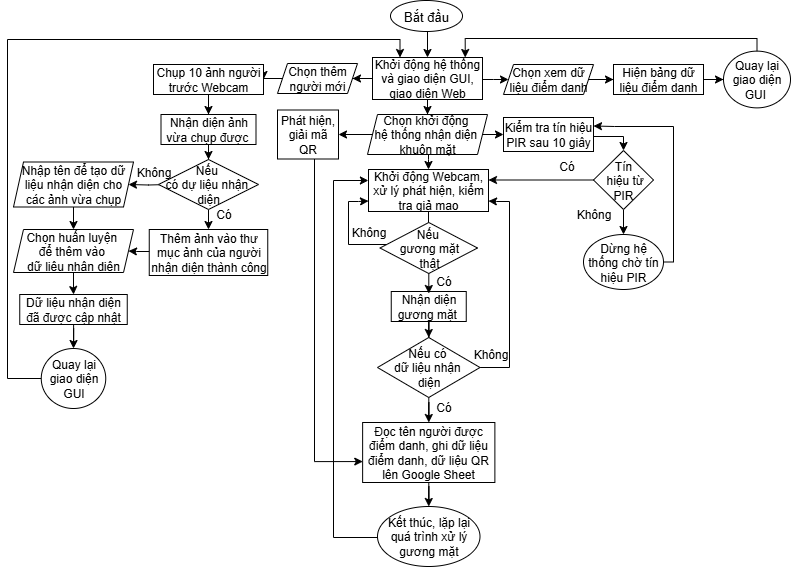
Before: Luudothuattoan.png, a diagram exported from draw.io (linh0802/fas). Source tidied: cells renumbered, new cells last; positions are measured from the earlier drawing's top-left corner, leaving out a move shared by most shapes.
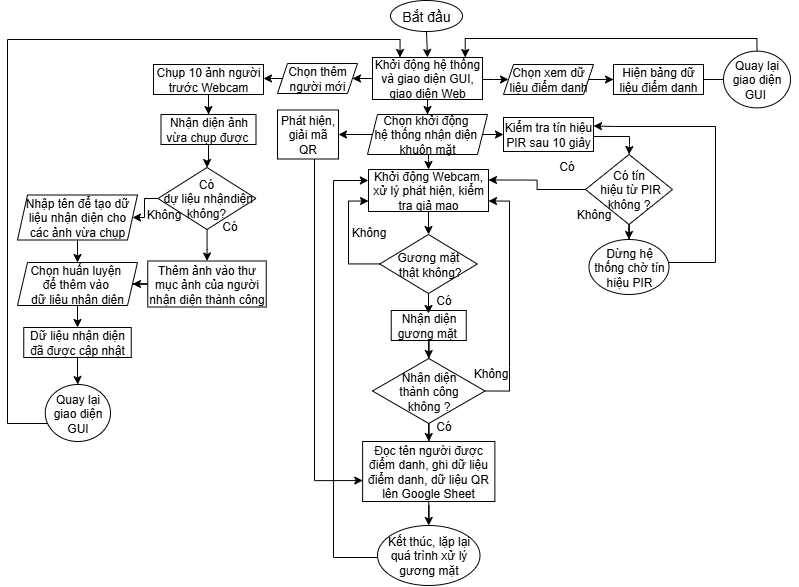
Above is the later version.

Commit message:
Cập nhật Luudothuattoan.png

Change to the diagram source:
```diff
@@ -22,7 +22,7 @@
     <mxCell id="6" style="edgeStyle=orthogonalEdgeStyle;rounded=0;jettySize=auto;html=1;exitX=0.5;exitY=1;exitDx=0;exitDy=0;entryX=0.5;entryY=0;entryDx=0;entryDy=0;labelBackgroundColor=none;fontColor=default;" parent="1" edge="1" source="7" target="5">
       <mxGeometry relative="1" as="geometry" />
     </mxCell>
-    <mxCell id="7" value="Bắt đầu" style="ellipse;whiteSpace=wrap;html=1;fontSize=13;labelBackgroundColor=none;" parent="1" vertex="1">
+    <mxCell id="7" value="&lt;font style=&quot;font-size: 14px;&quot;&gt;Bắt đầu&lt;/font&gt;" style="ellipse;whiteSpace=wrap;html=1;fontSize=13;labelBackgroundColor=none;" parent="1" vertex="1">
       <mxGeometry x="383" width="72" height="31" as="geometry" />
     </mxCell>
     <mxCell id="8" style="edgeStyle=orthogonalEdgeStyle;rounded=0;jettySize=auto;html=1;labelBackgroundColor=none;fontColor=default;" parent="1" edge="1" source="11" target="15">
@@ -56,7 +56,8 @@
     <mxCell id="14" style="edgeStyle=orthogonalEdgeStyle;rounded=0;jettySize=auto;html=1;entryX=0.5;entryY=0;entryDx=0;entryDy=0;labelBackgroundColor=none;fontColor=default;" parent="1" edge="1" source="15" target="18">
       <mxGeometry relative="1" as="geometry">
         <Array as="points">
-          <mxPoint x="616" y="136" />
+          <mxPoint x="622" y="136" />
+          <mxPoint x="622" y="144" />
         </Array>
       </mxGeometry>
     </mxCell>
@@ -69,8 +70,8 @@
     <mxCell id="17" style="edgeStyle=orthogonalEdgeStyle;rounded=0;jettySize=auto;html=1;entryX=1;entryY=0.25;entryDx=0;entryDy=0;labelBackgroundColor=none;fontColor=default;" parent="1" edge="1" source="18" target="13">
       <mxGeometry relative="1" as="geometry" />
     </mxCell>
-    <mxCell id="18" value="Tín&lt;div&gt;&amp;nbsp;hiệu từ PIR&lt;/div&gt;" style="rhombus;whiteSpace=wrap;html=1;labelBackgroundColor=none;" parent="1" vertex="1">
-      <mxGeometry x="586" y="150" width="60" height="59" as="geometry" />
+    <mxCell id="18" value="Có tín&lt;div&gt;&amp;nbsp;hiệu từ PIR không ?&lt;/div&gt;" style="rhombus;whiteSpace=wrap;html=1;labelBackgroundColor=none;" parent="1" vertex="1">
+      <mxGeometry x="578" y="154" width="87" height="70" as="geometry" />
     </mxCell>
     <mxCell id="19" value="Có" style="text;html=1;align=center;verticalAlign=middle;strokeColor=none;fillColor=none;labelBackgroundColor=none;" parent="1" vertex="1">
       <mxGeometry x="539" y="151" width="40" height="30" as="geometry" />
@@ -79,19 +80,18 @@
       <mxGeometry relative="1" as="geometry" />
     </mxCell>
     <mxCell id="21" value="Nhận diện gương mặt&amp;nbsp;" style="whiteSpace=wrap;html=1;labelBackgroundColor=none;" parent="1" vertex="1">
-      <mxGeometry x="383.8" y="291" width="75" height="30" as="geometry" />
+      <mxGeometry x="383.8" y="310" width="75" height="30" as="geometry" />
     </mxCell>
     <mxCell id="22" style="edgeStyle=orthogonalEdgeStyle;rounded=0;jettySize=auto;html=1;entryX=0;entryY=0.75;entryDx=0;entryDy=0;labelBackgroundColor=none;fontColor=default;" parent="1" edge="1" source="23" target="13">
       <mxGeometry relative="1" as="geometry">
         <Array as="points">
-          <mxPoint x="341" y="244" />
+          <mxPoint x="341" y="263" />
           <mxPoint x="341" y="201" />
-          <mxPoint x="351" y="201" />
         </Array>
       </mxGeometry>
     </mxCell>
-    <mxCell id="23" value="Nếu&amp;nbsp;&lt;div&gt;gương mặt&lt;/div&gt;&lt;div&gt;&amp;nbsp;thật&amp;nbsp;&lt;/div&gt;" style="rhombus;whiteSpace=wrap;html=1;labelBackgroundColor=none;" parent="1" vertex="1">
-      <mxGeometry x="372.5" y="222" width="97.5" height="51" as="geometry" />
+    <mxCell id="23" value="Gương mặt&lt;div&gt;&amp;nbsp;thật không?&lt;/div&gt;" style="rhombus;whiteSpace=wrap;html=1;labelBackgroundColor=none;" parent="1" vertex="1">
+      <mxGeometry x="372.2" y="234" width="97.5" height="59" as="geometry" />
     </mxCell>
     <mxCell id="24" style="edgeStyle=orthogonalEdgeStyle;rounded=0;jettySize=auto;html=1;labelBackgroundColor=none;fontColor=default;" parent="1" edge="1" source="26" target="30">
       <mxGeometry relative="1" as="geometry" />
@@ -105,11 +105,11 @@
         </Array>
       </mxGeometry>
     </mxCell>
-    <mxCell id="26" value="Nếu&amp;nbsp;&lt;span style=&quot;background-color: transparent; color: light-dark(rgb(0, 0, 0), rgb(255, 255, 255));&quot;&gt;có&amp;nbsp;&lt;/span&gt;&lt;div&gt;&lt;span style=&quot;background-color: transparent; color: light-dark(rgb(0, 0, 0), rgb(255, 255, 255));&quot;&gt;dữ liệu nhận&amp;nbsp;&lt;/span&gt;&lt;/div&gt;&lt;div&gt;&lt;span style=&quot;background-color: transparent; color: light-dark(rgb(0, 0, 0), rgb(255, 255, 255));&quot;&gt;diện&lt;/span&gt;&lt;/div&gt;" style="rhombus;whiteSpace=wrap;html=1;labelBackgroundColor=none;" parent="1" vertex="1">
-      <mxGeometry x="370" y="337" width="102.5" height="60" as="geometry" />
+    <mxCell id="26" value="Nhận diện&lt;div&gt;&amp;nbsp;thành công&amp;nbsp;&lt;/div&gt;&lt;div&gt;không ?&lt;/div&gt;" style="rhombus;whiteSpace=wrap;html=1;labelBackgroundColor=none;" parent="1" vertex="1">
+      <mxGeometry x="365" y="358" width="112.5" height="65" as="geometry" />
     </mxCell>
     <mxCell id="27" value="Không" style="text;html=1;align=center;verticalAlign=middle;strokeColor=none;fillColor=none;labelBackgroundColor=none;" parent="1" vertex="1">
-      <mxGeometry x="453" y="339" width="60" height="30" as="geometry" />
+      <mxGeometry x="453" y="358" width="60" height="30" as="geometry" />
     </mxCell>
     <mxCell id="28" value="Không" style="text;html=1;align=center;verticalAlign=middle;strokeColor=none;fillColor=none;labelBackgroundColor=none;" parent="1" vertex="1">
       <mxGeometry x="331" y="217" width="60" height="30" as="geometry" />
@@ -118,38 +118,38 @@
       <mxGeometry relative="1" as="geometry" />
     </mxCell>
     <mxCell id="30" value="Đọc tên người được điểm danh, ghi dữ liệu điểm danh, dữ liệu QR lên Google Sheet" style="whiteSpace=wrap;html=1;labelBackgroundColor=none;" parent="1" vertex="1">
-      <mxGeometry x="355.1" y="422" width="132.2" height="60" as="geometry" />
+      <mxGeometry x="355.1" y="441" width="132.2" height="60" as="geometry" />
     </mxCell>
     <mxCell id="31" value="Có" style="text;html=1;align=center;verticalAlign=middle;strokeColor=none;fillColor=none;labelBackgroundColor=none;" parent="1" vertex="1">
-      <mxGeometry x="416" y="392" width="40" height="30" as="geometry" />
+      <mxGeometry x="416" y="411" width="40" height="30" as="geometry" />
     </mxCell>
     <mxCell id="32" value="Có" style="text;html=1;align=center;verticalAlign=middle;strokeColor=none;fillColor=none;labelBackgroundColor=none;" parent="1" vertex="1">
-      <mxGeometry x="416" y="266" width="40" height="30" as="geometry" />
+      <mxGeometry x="416" y="285" width="40" height="30" as="geometry" />
     </mxCell>
     <mxCell id="33" style="edgeStyle=orthogonalEdgeStyle;rounded=0;jettySize=auto;html=1;entryX=0;entryY=0.5;entryDx=0;entryDy=0;exitX=0;exitY=0.5;exitDx=0;exitDy=0;labelBackgroundColor=none;fontColor=default;" parent="1" edge="1" source="34">
       <mxGeometry relative="1" as="geometry">
         <mxPoint x="360.9" y="180" as="targetPoint" />
         <Array as="points">
-          <mxPoint x="370" y="537" />
-          <mxPoint x="326" y="537" />
+          <mxPoint x="370" y="557" />
+          <mxPoint x="326" y="557" />
           <mxPoint x="326" y="180" />
         </Array>
       </mxGeometry>
     </mxCell>
     <mxCell id="34" value="Kết thúc, lặp lại quá trình xử lý gương mặt" style="ellipse;whiteSpace=wrap;html=1;labelBackgroundColor=none;" parent="1" vertex="1">
-      <mxGeometry x="370" y="506" width="102.5" height="60" as="geometry" />
+      <mxGeometry x="370" y="525" width="102.5" height="60" as="geometry" />
     </mxCell>
     <mxCell id="35" style="edgeStyle=orthogonalEdgeStyle;rounded=0;jettySize=auto;html=1;entryX=1;entryY=0.25;entryDx=0;entryDy=0;labelBackgroundColor=none;fontColor=default;" parent="1" edge="1" source="36" target="15">
       <mxGeometry relative="1" as="geometry">
         <Array as="points">
-          <mxPoint x="666" y="262" />
-          <mxPoint x="666" y="126" />
+          <mxPoint x="708" y="262" />
+          <mxPoint x="708" y="126" />
           <mxPoint x="607" y="126" />
         </Array>
       </mxGeometry>
     </mxCell>
     <mxCell id="36" value="Dừng hệ thống chờ tín hiệu PIR" style="ellipse;whiteSpace=wrap;html=1;labelBackgroundColor=none;" parent="1" vertex="1">
-      <mxGeometry x="576" y="234" width="80" height="55" as="geometry" />
+      <mxGeometry x="581.5" y="239" width="80" height="55" as="geometry" />
     </mxCell>
     <mxCell id="37" value="Không" style="text;html=1;align=center;verticalAlign=middle;strokeColor=none;fillColor=none;labelBackgroundColor=none;" parent="1" vertex="1">
       <mxGeometry x="556" y="199" width="60" height="30" as="geometry" />
@@ -187,49 +187,46 @@
     <mxCell id="48" style="edgeStyle=orthogonalEdgeStyle;rounded=0;jettySize=auto;html=1;labelBackgroundColor=none;fontColor=default;" parent="1" edge="1" source="50" target="52">
       <mxGeometry relative="1" as="geometry" />
     </mxCell>
-    <mxCell id="49" style="edgeStyle=orthogonalEdgeStyle;rounded=0;jettySize=auto;html=1;labelBackgroundColor=none;fontColor=default;" parent="1" edge="1" target="54">
-      <mxGeometry relative="1" as="geometry">
-        <mxPoint x="161" y="184" as="sourcePoint" />
-      </mxGeometry>
-    </mxCell>
+    <mxCell id="68" style="edgeStyle=orthogonalEdgeStyle;rounded=0;jettySize=auto;html=1;entryX=1;entryY=0.5;entryDx=0;entryDy=0;" parent="1" edge="1" source="50" target="54">
+      <mxGeometry relative="1" as="geometry">
+        <Array as="points">
+          <mxPoint x="137" y="198" />
+          <mxPoint x="137" y="217" />
+        </Array>
+      </mxGeometry>
+    </mxCell>
-    <mxCell id="50" value="Nếu&amp;nbsp;&lt;div&gt;có&amp;nbsp;&lt;span style=&quot;background-color: transparent; color: light-dark(rgb(0, 0, 0), rgb(255, 255, 255));&quot;&gt;dự liệu nhận&amp;nbsp;&lt;/span&gt;&lt;div&gt;diện&lt;/div&gt;&lt;/div&gt;" style="rhombus;whiteSpace=wrap;html=1;rounded=0;labelBackgroundColor=none;" parent="1" vertex="1">
-      <mxGeometry x="151" y="159" width="100" height="50" as="geometry" />
+    <mxCell id="50" value="&lt;div&gt;Có&lt;/div&gt;&lt;div&gt;&amp;nbsp;&lt;span style=&quot;background-color: transparent; color: light-dark(rgb(0, 0, 0), rgb(255, 255, 255));&quot;&gt;dự liệu nhận&lt;/span&gt;&lt;span style=&quot;background-color: transparent; color: light-dark(rgb(0, 0, 0), rgb(255, 255, 255));&quot;&gt;diện không?&lt;/span&gt;&lt;/div&gt;" style="rhombus;whiteSpace=wrap;html=1;rounded=0;labelBackgroundColor=none;" parent="1" vertex="1">
+      <mxGeometry x="150.5" y="167" width="98" height="62" as="geometry" />
     </mxCell>
-    <mxCell id="51" style="edgeStyle=orthogonalEdgeStyle;rounded=0;jettySize=auto;html=1;entryX=1;entryY=0.5;entryDx=0;entryDy=0;labelBackgroundColor=none;fontColor=default;" parent="1" edge="1" target="58">
-      <mxGeometry relative="1" as="geometry">
-        <mxPoint x="153.5" y="249" as="sourcePoint" />
-        <Array as="points">
-          <mxPoint x="154" y="251" />
-          <mxPoint x="129" y="251" />
-        </Array>
-      </mxGeometry>
-    </mxCell>
+    <mxCell id="69" style="edgeStyle=orthogonalEdgeStyle;rounded=0;jettySize=auto;html=1;entryX=1;entryY=0.5;entryDx=0;entryDy=0;" parent="1" edge="1" source="52" target="58">
+      <mxGeometry relative="1" as="geometry" />
+    </mxCell>
     <mxCell id="52" value="Thêm ảnh vào thư mục ảnh của người nhận diện thành công" style="whiteSpace=wrap;html=1;rounded=0;labelBackgroundColor=none;" parent="1" vertex="1">
-      <mxGeometry x="141.8" y="229" width="118.5" height="46" as="geometry" />
+      <mxGeometry x="140.2" y="260.5" width="118.5" height="46" as="geometry" />
     </mxCell>
     <mxCell id="53" style="edgeStyle=orthogonalEdgeStyle;rounded=0;jettySize=auto;html=1;labelBackgroundColor=none;fontColor=default;" parent="1" edge="1" source="54" target="58">
       <mxGeometry relative="1" as="geometry" />
     </mxCell>
     <mxCell id="54" value="Nhập tên để tạo dữ liệu nhận diện cho các ảnh vừa chụp" style="shape=parallelogram;perimeter=parallelogramPerimeter;whiteSpace=wrap;html=1;fixedSize=1;rounded=0;size=10;labelBackgroundColor=none;" parent="1" vertex="1">
-      <mxGeometry x="6" y="161.5" width="120" height="45" as="geometry" />
+      <mxGeometry x="10" y="194.5" width="120" height="45" as="geometry" />
     </mxCell>
     <mxCell id="55" style="edgeStyle=orthogonalEdgeStyle;rounded=0;jettySize=auto;html=1;labelBackgroundColor=none;fontColor=default;" parent="1" edge="1" source="56" target="66">
       <mxGeometry relative="1" as="geometry" />
     </mxCell>
     <mxCell id="56" value="Dữ liệu nhận diện đã được cập nhật" style="whiteSpace=wrap;html=1;rounded=0;labelBackgroundColor=none;" parent="1" vertex="1">
-      <mxGeometry x="12.2" y="294" width="107.5" height="30" as="geometry" />
+      <mxGeometry x="16.2" y="327" width="107.5" height="30" as="geometry" />
     </mxCell>
     <mxCell id="57" style="edgeStyle=orthogonalEdgeStyle;rounded=0;jettySize=auto;html=1;labelBackgroundColor=none;fontColor=default;" parent="1" edge="1" source="58" target="56">
       <mxGeometry relative="1" as="geometry" />
     </mxCell>
     <mxCell id="58" value="Chọn huấn luyện&amp;nbsp;&lt;div&gt;để thêm vào&amp;nbsp;&lt;/div&gt;&lt;div&gt;dữ&amp;nbsp;&lt;span style=&quot;background-color: transparent; color: light-dark(rgb(0, 0, 0), rgb(255, 255, 255));&quot;&gt;liệu nhận diện&lt;/span&gt;&lt;/div&gt;" style="shape=parallelogram;perimeter=parallelogramPerimeter;whiteSpace=wrap;html=1;fixedSize=1;size=10;labelBackgroundColor=none;" parent="1" vertex="1">
-      <mxGeometry x="6" y="229" width="120" height="43" as="geometry" />
+      <mxGeometry x="10" y="262" width="120" height="43" as="geometry" />
     </mxCell>
     <mxCell id="59" value="Không" style="text;html=1;align=center;verticalAlign=middle;strokeColor=none;fillColor=none;labelBackgroundColor=none;" parent="1" vertex="1">
-      <mxGeometry x="116" y="157" width="60" height="30" as="geometry" />
+      <mxGeometry x="126" y="199" width="60" height="30" as="geometry" />
     </mxCell>
     <mxCell id="60" value="Có" style="text;html=1;align=center;verticalAlign=middle;strokeColor=none;fillColor=none;labelBackgroundColor=none;" parent="1" vertex="1">
-      <mxGeometry x="196" y="199" width="40" height="30" as="geometry" />
+      <mxGeometry x="202" y="211" width="40" height="30" as="geometry" />
     </mxCell>
     <mxCell id="61" value="Phát hiện, giải mã QR" style="whiteSpace=wrap;html=1;labelBackgroundColor=none;" parent="1" vertex="1">
       <mxGeometry x="270" y="109.5" width="61" height="49" as="geometry" />
@@ -237,7 +234,7 @@
     <mxCell id="62" style="edgeStyle=orthogonalEdgeStyle;rounded=0;jettySize=auto;html=1;entryX=0.001;entryY=0.651;entryDx=0;entryDy=0;entryPerimeter=0;labelBackgroundColor=none;fontColor=default;" parent="1" edge="1" source="61" target="30">
       <mxGeometry relative="1" as="geometry">
         <Array as="points">
-          <mxPoint x="307" y="461" />
+          <mxPoint x="307" y="480" />
         </Array>
       </mxGeometry>
     </mxCell>
@@ -255,14 +252,14 @@
     <mxCell id="65" style="edgeStyle=orthogonalEdgeStyle;rounded=0;jettySize=auto;html=1;entryX=0.25;entryY=0;entryDx=0;entryDy=0;labelBackgroundColor=none;fontColor=default;" parent="1" edge="1" source="66" target="5">
       <mxGeometry relative="1" as="geometry">
         <Array as="points">
-          <mxPoint y="378" />
+          <mxPoint y="423" />
           <mxPoint y="39" />
-          <mxPoint x="392" y="39" />
+          <mxPoint x="393" y="39" />
         </Array>
       </mxGeometry>
     </mxCell>
     <mxCell id="66" value="Quay lại giao diện GUI" style="ellipse;whiteSpace=wrap;html=1;rounded=0;labelBackgroundColor=none;" parent="1" vertex="1">
-      <mxGeometry x="33.8" y="348" width="64.5" height="60" as="geometry" />
+      <mxGeometry x="37.8" y="384" width="65.2" height="57" as="geometry" />
     </mxCell>
     <mxCell id="67" style="edgeStyle=orthogonalEdgeStyle;rounded=0;jettySize=auto;html=1;entryX=0.492;entryY=0.089;entryDx=0;entryDy=0;entryPerimeter=0;labelBackgroundColor=none;fontColor=default;" parent="1" edge="1" source="23" target="21">
       <mxGeometry relative="1" as="geometry" />
```
